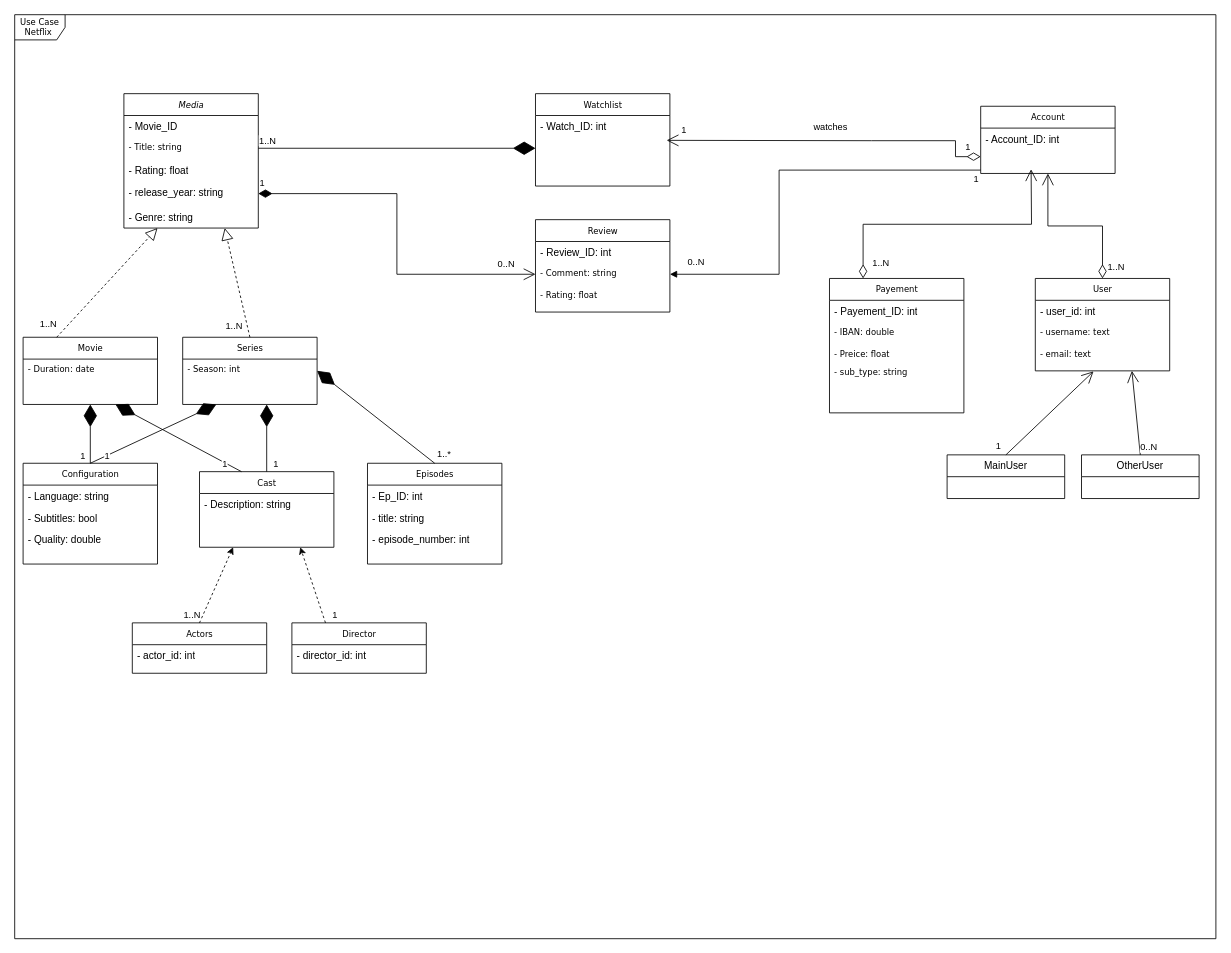
Before: draw_io/uml_data_eng_project_1.drawio in KevinGarrison/DataEngineeringProjects, a draw.io diagram. Source tidied: cells renumbered, new cells numbered last; positions are measured from the earlier drawing's top-left corner, leaving out a move shared by most shapes. Both pictures are drawn from the tidied source at 84%, with x=0, y=0 at pixel (14, 14).
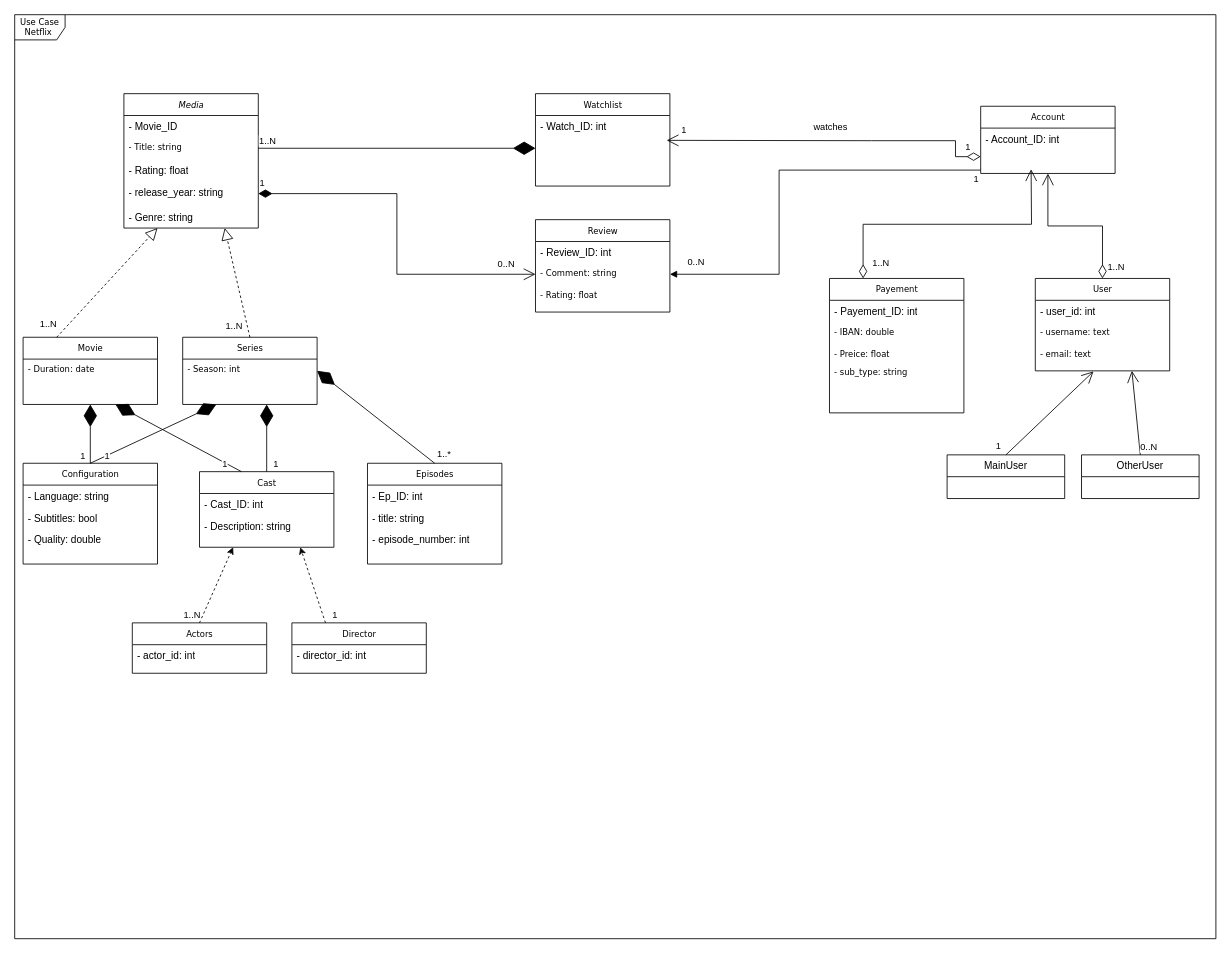
The same diagram, later.

The change refers to these unchanged cells:
```xml
<mxCell id="33" value="Cast" style="swimlane;html=1;fontStyle=0;horizontal=1;startSize=26;fillColor=none;swimlaneFillColor=#ffffff;rounded=0;shadow=0;comic=0;labelBackgroundColor=none;strokeWidth=1;fontFamily=Verdana;fontSize=10;align=center;" parent="1" vertex="1">
  <mxGeometry x="220" y="544" width="160" height="90" as="geometry" />
</mxCell>
```

The edit, as a diff of the source:
```diff
@@
-    <mxCell id="34" value="- Description: string" style="text;html=1;strokeColor=none;fillColor=none;align=left;verticalAlign=top;spacingLeft=4;spacingRight=4;whiteSpace=wrap;overflow=hidden;" parent="33" vertex="1">
+    <mxCell id="34" value="- Cast_ID: int" style="text;html=1;strokeColor=none;fillColor=none;align=left;verticalAlign=top;spacingLeft=4;spacingRight=4;whiteSpace=wrap;overflow=hidden;" parent="33" vertex="1">
       <mxGeometry y="26" width="160" height="26" as="geometry" />
     </mxCell>
+    <mxCell id="82" value="- Description: string" style="text;html=1;strokeColor=none;fillColor=none;align=left;verticalAlign=top;spacingLeft=4;spacingRight=4;whiteSpace=wrap;overflow=hidden;" parent="33" vertex="1">
+      <mxGeometry y="52" width="160" height="26" as="geometry" />
+    </mxCell>
```
